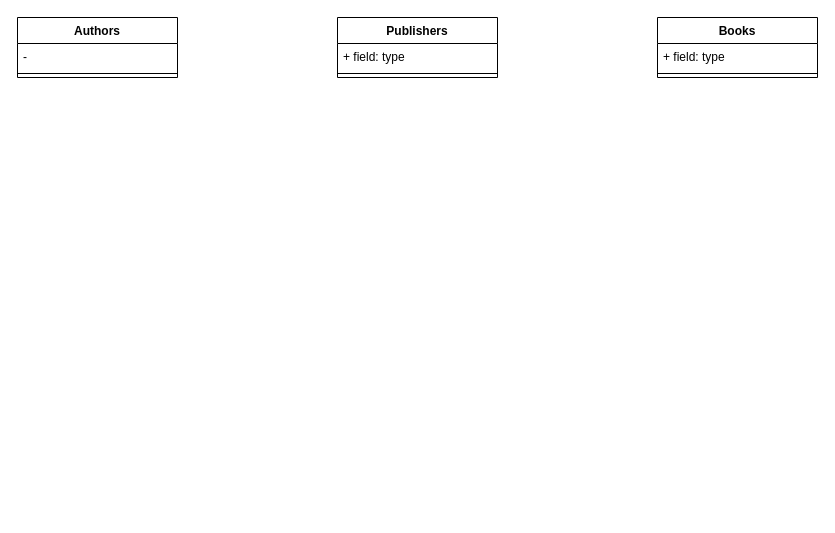
Earlier version of the draw.io diagram 4. Refactor the Relation HW Cole Hartman.drawio (Cole-Hartman/database-UML). Source tidied: cells renumbered, new cells numbered last; positions are measured from the earlier drawing's top-left corner, leaving out a move shared by most shapes. Both pictures are drawn from the tidied source at 100%, with x=0, y=0 at pixel (17, 17).
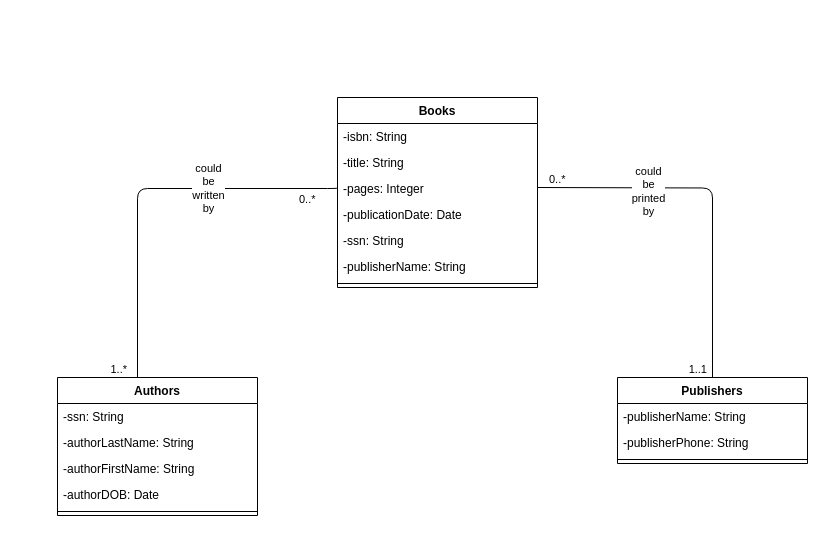
After the change.

Change to the diagram source:
```diff
@@
     <mxCell id="2" value="Authors" style="swimlane;fontStyle=1;align=center;verticalAlign=top;horizontal=1;startSize=26;whiteSpace=wrap;html=1;" parent="1" vertex="1">
-      <mxGeometry width="160" height="60" as="geometry" />
+      <mxGeometry x="40" y="360" width="200" height="138" as="geometry" />
     </mxCell>
-    <mxCell id="3" value="-" style="text;strokeColor=none;fillColor=none;align=left;verticalAlign=top;spacingLeft=4;spacingRight=4;overflow=hidden;whiteSpace=wrap;html=1;" parent="2" vertex="1">
-      <mxGeometry y="26" width="160" height="26" as="geometry" />
+    <mxCell id="3" value="-ssn: String" style="text;strokeColor=none;fillColor=none;align=left;verticalAlign=top;spacingLeft=4;spacingRight=4;overflow=hidden;whiteSpace=wrap;html=1;" parent="2" vertex="1">
+      <mxGeometry y="26" width="200" height="26" as="geometry" />
     </mxCell>
+    <mxCell id="11" value="-authorLastName: String" style="text;strokeColor=none;fillColor=none;align=left;verticalAlign=top;spacingLeft=4;spacingRight=4;overflow=hidden;whiteSpace=wrap;html=1;" parent="2" vertex="1">
+      <mxGeometry y="52" width="200" height="26" as="geometry" />
+    </mxCell>
+    <mxCell id="12" value="-authorFirstName: String" style="text;strokeColor=none;fillColor=none;align=left;verticalAlign=top;spacingLeft=4;spacingRight=4;overflow=hidden;whiteSpace=wrap;html=1;" parent="2" vertex="1">
+      <mxGeometry y="78" width="200" height="26" as="geometry" />
+    </mxCell>
+    <mxCell id="13" value="-authorDOB: Date" style="text;strokeColor=none;fillColor=none;align=left;verticalAlign=top;spacingLeft=4;spacingRight=4;overflow=hidden;whiteSpace=wrap;html=1;" parent="2" vertex="1">
+      <mxGeometry y="104" width="200" height="26" as="geometry" />
+    </mxCell>
     <mxCell id="4" style="line;strokeWidth=1;fillColor=none;align=left;verticalAlign=middle;spacingTop=-1;spacingLeft=3;spacingRight=3;labelPosition=right;strokeColor=inherit;" parent="2" vertex="1">
-      <mxGeometry y="52" width="160" height="8" as="geometry" />
+      <mxGeometry y="130" width="200" height="8" as="geometry" />
     </mxCell>
     <mxCell id="5" value="Publishers" style="swimlane;fontStyle=1;align=center;verticalAlign=top;horizontal=1;startSize=26;whiteSpace=wrap;html=1;" parent="1" vertex="1">
-      <mxGeometry x="320" width="160" height="60" as="geometry" />
+      <mxGeometry x="600" y="360" width="190" height="86" as="geometry" />
     </mxCell>
-    <mxCell id="6" value="+ field: type" style="text;strokeColor=none;fillColor=none;align=left;verticalAlign=top;spacingLeft=4;spacingRight=4;overflow=hidden;whiteSpace=wrap;html=1;" parent="5" vertex="1">
-      <mxGeometry y="26" width="160" height="26" as="geometry" />
+    <mxCell id="6" value="-publisherName: String" style="text;strokeColor=none;fillColor=none;align=left;verticalAlign=top;spacingLeft=4;spacingRight=4;overflow=hidden;whiteSpace=wrap;html=1;" parent="5" vertex="1">
+      <mxGeometry y="26" width="190" height="26" as="geometry" />
     </mxCell>
+    <mxCell id="14" value="-publisherPhone: String" style="text;strokeColor=none;fillColor=none;align=left;verticalAlign=top;spacingLeft=4;spacingRight=4;overflow=hidden;whiteSpace=wrap;html=1;" parent="5" vertex="1">
+      <mxGeometry y="52" width="190" height="26" as="geometry" />
+    </mxCell>
     <mxCell id="7" style="line;strokeWidth=1;fillColor=none;align=left;verticalAlign=middle;spacingTop=-1;spacingLeft=3;spacingRight=3;labelPosition=right;strokeColor=inherit;" parent="5" vertex="1">
-      <mxGeometry y="52" width="160" height="8" as="geometry" />
+      <mxGeometry y="78" width="190" height="8" as="geometry" />
     </mxCell>
     <mxCell id="8" value="Books" style="swimlane;fontStyle=1;align=center;verticalAlign=top;horizontal=1;startSize=26;whiteSpace=wrap;html=1;" parent="1" vertex="1">
-      <mxGeometry x="640" width="160" height="60" as="geometry" />
+      <mxGeometry x="320" y="80" width="200" height="190" as="geometry" />
     </mxCell>
-    <mxCell id="9" value="+ field: type" style="text;strokeColor=none;fillColor=none;align=left;verticalAlign=top;spacingLeft=4;spacingRight=4;overflow=hidden;whiteSpace=wrap;html=1;" parent="8" vertex="1">
-      <mxGeometry y="26" width="160" height="26" as="geometry" />
+    <mxCell id="9" value="-isbn: String" style="text;strokeColor=none;fillColor=none;align=left;verticalAlign=top;spacingLeft=4;spacingRight=4;overflow=hidden;whiteSpace=wrap;html=1;" parent="8" vertex="1">
+      <mxGeometry y="26" width="200" height="26" as="geometry" />
     </mxCell>
+    <mxCell id="15" value="-title: String" style="text;strokeColor=none;fillColor=none;align=left;verticalAlign=top;spacingLeft=4;spacingRight=4;overflow=hidden;whiteSpace=wrap;html=1;" parent="8" vertex="1">
+      <mxGeometry y="52" width="200" height="26" as="geometry" />
+    </mxCell>
+    <mxCell id="16" value="-pages: Integer" style="text;strokeColor=none;fillColor=none;align=left;verticalAlign=top;spacingLeft=4;spacingRight=4;overflow=hidden;whiteSpace=wrap;html=1;" parent="8" vertex="1">
+      <mxGeometry y="78" width="200" height="26" as="geometry" />
+    </mxCell>
+    <mxCell id="17" value="-publicationDate: Date" style="text;strokeColor=none;fillColor=none;align=left;verticalAlign=top;spacingLeft=4;spacingRight=4;overflow=hidden;whiteSpace=wrap;html=1;" parent="8" vertex="1">
+      <mxGeometry y="104" width="200" height="26" as="geometry" />
+    </mxCell>
+    <mxCell id="18" value="-ssn: String" style="text;strokeColor=none;fillColor=none;align=left;verticalAlign=top;spacingLeft=4;spacingRight=4;overflow=hidden;whiteSpace=wrap;html=1;" parent="8" vertex="1">
+      <mxGeometry y="130" width="200" height="26" as="geometry" />
+    </mxCell>
+    <mxCell id="19" value="-publisherName: String" style="text;strokeColor=none;fillColor=none;align=left;verticalAlign=top;spacingLeft=4;spacingRight=4;overflow=hidden;whiteSpace=wrap;html=1;" parent="8" vertex="1">
+      <mxGeometry y="156" width="200" height="26" as="geometry" />
+    </mxCell>
     <mxCell id="10" style="line;strokeWidth=1;fillColor=none;align=left;verticalAlign=middle;spacingTop=-1;spacingLeft=3;spacingRight=3;labelPosition=right;strokeColor=inherit;" parent="8" vertex="1">
-      <mxGeometry y="52" width="160" height="8" as="geometry" />
+      <mxGeometry y="182" width="200" height="8" as="geometry" />
     </mxCell>
+    <mxCell id="20" style="endArrow=none;html=1;edgeStyle=orthogonalEdgeStyle;rounded=1;curved=0;" parent="1" edge="1">
+      <mxGeometry relative="1" as="geometry">
+        <mxPoint x="320" y="170" as="sourcePoint" />
+        <mxPoint x="120" y="360" as="targetPoint" />
+        <Array as="points">
+          <mxPoint x="320" y="171" />
+          <mxPoint x="120" y="171" />
+          <mxPoint x="120" y="360" />
+        </Array>
+      </mxGeometry>
+    </mxCell>
+    <mxCell id="21" value="0..*" style="edgeLabel;html=1;align=left;verticalAlign=bottom;" parent="20" vertex="1">
+      <mxGeometry x="-1" relative="1" as="geometry">
+        <mxPoint x="-40" y="20" as="offset" />
+      </mxGeometry>
+    </mxCell>
+    <mxCell id="22" value="1..*" style="edgeLabel;html=1;align=right;verticalAlign=bottom;" parent="20" vertex="1">
+      <mxGeometry x="1" relative="1" as="geometry">
+        <mxPoint x="-10" as="offset" />
+      </mxGeometry>
+    </mxCell>
+    <mxCell id="23" value="could&lt;br&gt;be&lt;br&gt;written&lt;br&gt;by" style="edgeLabel;html=1;align=center;verticalAlign=middle;" parent="20" vertex="1">
+      <mxGeometry x="-0.33" y="-1" relative="1" as="geometry" />
+    </mxCell>
+    <mxCell id="24" style="endArrow=none;html=1;edgeStyle=orthogonalEdgeStyle;rounded=1;curved=0;" parent="1" edge="1" target="5">
+      <mxGeometry relative="1" as="geometry">
+        <mxPoint x="520" y="170" as="sourcePoint" />
+      </mxGeometry>
+    </mxCell>
+    <mxCell id="25" value="0..*" style="edgeLabel;html=1;align=left;verticalAlign=bottom;" parent="24" vertex="1">
+      <mxGeometry x="-1" relative="1" as="geometry">
+        <mxPoint x="10" as="offset" />
+      </mxGeometry>
+    </mxCell>
+    <mxCell id="26" value="1..1" style="edgeLabel;html=1;align=right;verticalAlign=bottom;" parent="24" vertex="1">
+      <mxGeometry x="1" relative="1" as="geometry">
+        <mxPoint x="-5" as="offset" />
+      </mxGeometry>
+    </mxCell>
+    <mxCell id="27" value="could&lt;br&gt;be&lt;br&gt;printed&lt;br&gt;by" style="edgeLabel;html=1;align=center;verticalAlign=middle;" parent="24" vertex="1">
+      <mxGeometry x="-0.49" y="-3" relative="1" as="geometry">
+        <mxPoint x="18" as="offset" />
+      </mxGeometry>
+    </mxCell>
```
